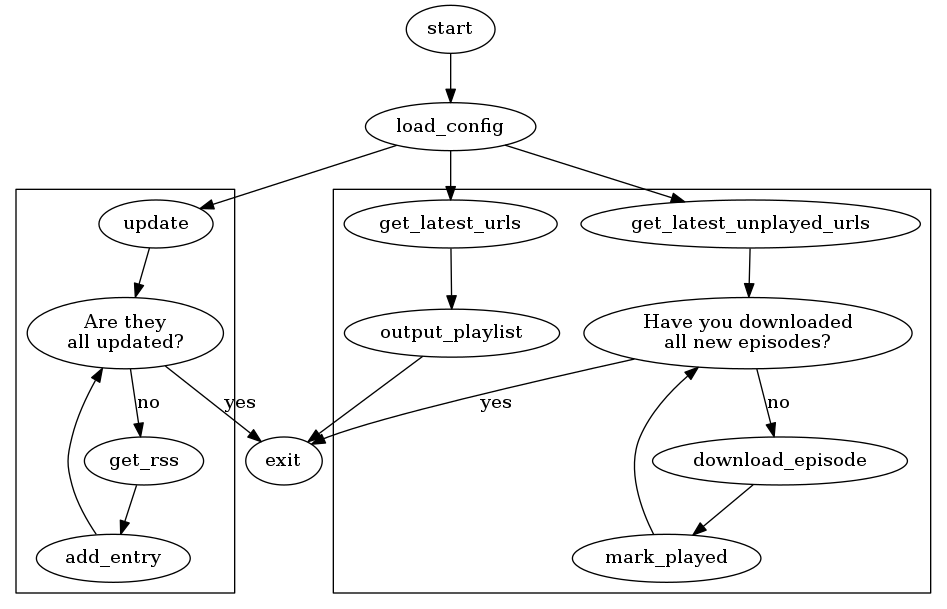
Before: flow.png, a diagram exported from Graphviz (andrewc12/laughing-barnacle). Its source is kept beside it as flow.dot.
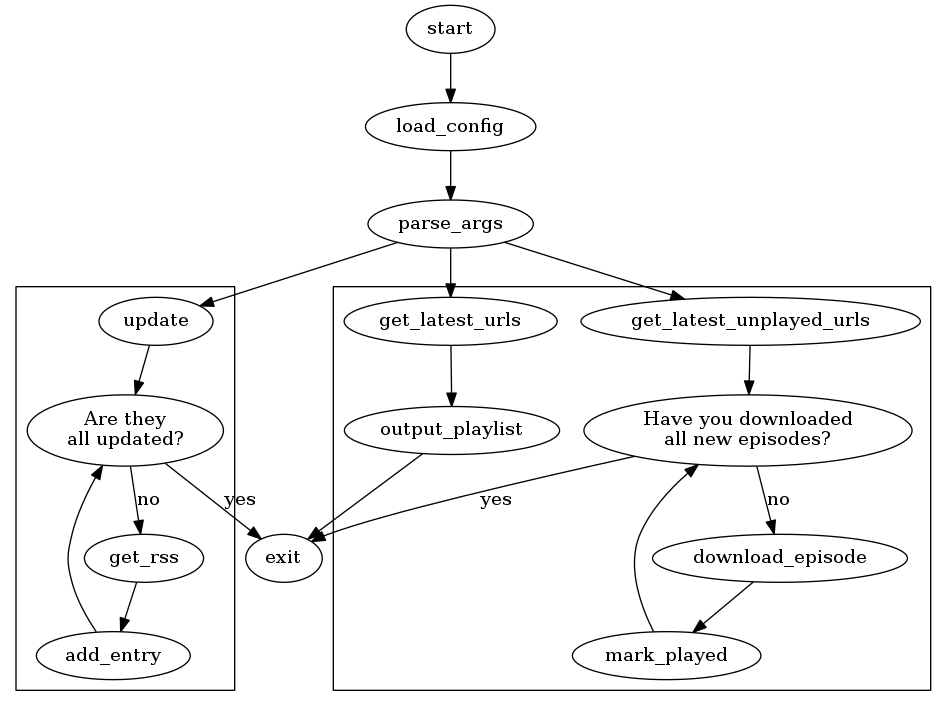
After the commit.

Commit message:
Updated flow chart

The edit, as a diff of the source:
```diff
@@ -1,8 +1,11 @@
 digraph {
 start -> load_config;
-load_config -> update;
-load_config -> get_latest_unplayed_urls;
-load_config -> get_latest_urls;
+load_config -> parse_args;
+
+
+parse_args -> update;
+parse_args -> get_latest_unplayed_urls;
+parse_args -> get_latest_urls;
 
 subgraph cluster_0 {
 
```
